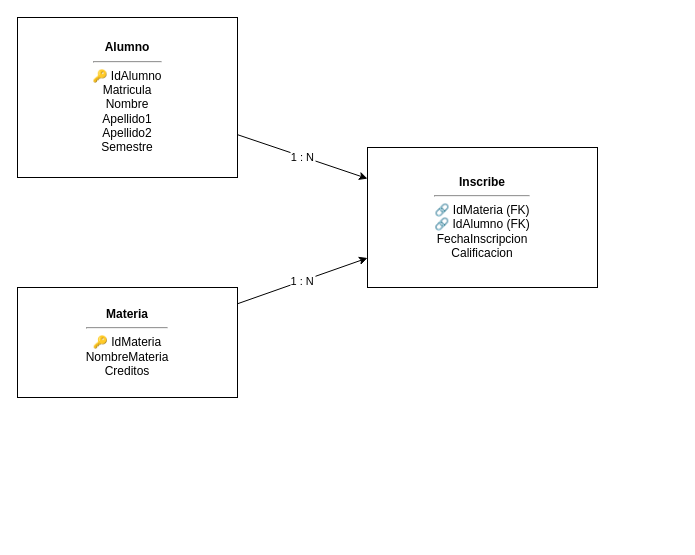
This is 02-Modelado-basededatos/ER-a R/Relacional/3R_Alumno_Materia_Inscribe.drawio from Emmanuel168HF/BaseDatos, a draw.io file, before an edit. Source tidied: cells renumbered, new cells numbered last; positions are measured from the earlier drawing's top-left corner, leaving out a move shared by most shapes. Both pictures are drawn from the tidied source at 100%, with x=0, y=0 at pixel (17, 17).
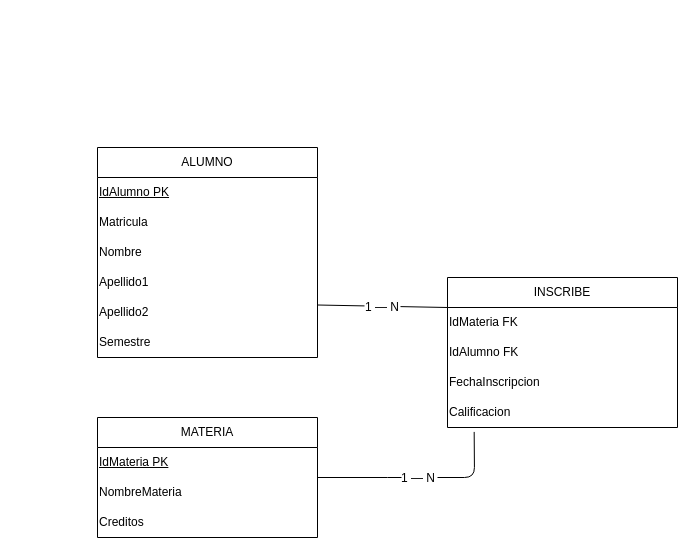
After the change.

Diff of the diagram source:
```diff
@@
-    <mxCell id="2" value="&lt;b&gt;Alumno&lt;/b&gt;&lt;hr/&gt;🔑 IdAlumno&lt;br/&gt;Matricula&lt;br/&gt;Nombre&lt;br/&gt;Apellido1&lt;br/&gt;Apellido2&lt;br/&gt;Semestre" style="rounded=0;whiteSpace=wrap;html=1;" parent="1" vertex="1">
-      <mxGeometry width="220" height="160" as="geometry" />
-    </mxCell>
-    <mxCell id="3" value="&lt;b&gt;Materia&lt;/b&gt;&lt;hr/&gt;🔑 IdMateria&lt;br/&gt;NombreMateria&lt;br/&gt;Creditos" style="rounded=0;whiteSpace=wrap;html=1;" parent="1" vertex="1">
-      <mxGeometry y="270" width="220" height="110" as="geometry" />
-    </mxCell>
-    <mxCell id="4" value="&lt;b&gt;Inscribe&lt;/b&gt;&lt;hr/&gt;🔗 IdMateria (FK)&lt;br/&gt;🔗 IdAlumno (FK)&lt;br/&gt;FechaInscripcion&lt;br/&gt;Calificacion" style="rounded=0;whiteSpace=wrap;html=1;" parent="1" vertex="1">
-      <mxGeometry x="350" y="130" width="230" height="140" as="geometry" />
-    </mxCell>
-    <mxCell id="5" value="1 : N" parent="1" edge="1" source="2" target="4">
-      <mxGeometry relative="1" as="geometry" />
-    </mxCell>
-    <mxCell id="6" value="1 : N" parent="1" edge="1" source="3" target="4">
-      <mxGeometry relative="1" as="geometry" />
-    </mxCell>
+    <mxCell id="7" value="ALUMNO" style="swimlane;fontStyle=0;horizontal=1;startSize=30;whiteSpace=wrap;html=1;" parent="1" vertex="1">
+      <mxGeometry x="80" y="130" width="220" height="210" as="geometry" />
+    </mxCell>
+    <mxCell id="8" value="IdAlumno PK" style="text;strokeColor=none;fillColor=none;align=left;verticalAlign=middle;html=1;fontStyle=4;" parent="7" vertex="1">
+      <mxGeometry y="30" width="220" height="30" as="geometry" />
+    </mxCell>
+    <mxCell id="9" value="Matricula" style="text;strokeColor=none;fillColor=none;align=left;verticalAlign=middle;html=1;" parent="7" vertex="1">
+      <mxGeometry y="60" width="220" height="30" as="geometry" />
+    </mxCell>
+    <mxCell id="10" value="Nombre" style="text;strokeColor=none;fillColor=none;align=left;verticalAlign=middle;html=1;" parent="7" vertex="1">
+      <mxGeometry y="90" width="220" height="30" as="geometry" />
+    </mxCell>
+    <mxCell id="11" value="Apellido1" style="text;strokeColor=none;fillColor=none;align=left;verticalAlign=middle;html=1;" parent="7" vertex="1">
+      <mxGeometry y="120" width="220" height="30" as="geometry" />
+    </mxCell>
+    <mxCell id="12" value="Apellido2" style="text;strokeColor=none;fillColor=none;align=left;verticalAlign=middle;html=1;" parent="7" vertex="1">
+      <mxGeometry y="150" width="220" height="30" as="geometry" />
+    </mxCell>
+    <mxCell id="13" value="Semestre" style="text;strokeColor=none;fillColor=none;align=left;verticalAlign=middle;html=1;" parent="7" vertex="1">
+      <mxGeometry y="180" width="220" height="30" as="geometry" />
+    </mxCell>
+    <mxCell id="14" value="MATERIA" style="swimlane;fontStyle=0;horizontal=1;startSize=30;whiteSpace=wrap;html=1;" parent="1" vertex="1">
+      <mxGeometry x="80" y="400" width="220" height="120" as="geometry" />
+    </mxCell>
+    <mxCell id="15" value="IdMateria PK" style="text;strokeColor=none;fillColor=none;align=left;verticalAlign=middle;html=1;fontStyle=4;" parent="14" vertex="1">
+      <mxGeometry y="30" width="220" height="30" as="geometry" />
+    </mxCell>
+    <mxCell id="16" value="NombreMateria" style="text;strokeColor=none;fillColor=none;align=left;verticalAlign=middle;html=1;" parent="14" vertex="1">
+      <mxGeometry y="60" width="220" height="30" as="geometry" />
+    </mxCell>
+    <mxCell id="17" value="Creditos" style="text;strokeColor=none;fillColor=none;align=left;verticalAlign=middle;html=1;" parent="14" vertex="1">
+      <mxGeometry y="90" width="220" height="30" as="geometry" />
+    </mxCell>
+    <mxCell id="18" value="INSCRIBE" style="swimlane;fontStyle=0;horizontal=1;startSize=30;whiteSpace=wrap;html=1;" parent="1" vertex="1">
+      <mxGeometry x="430" y="260" width="230" height="150" as="geometry" />
+    </mxCell>
+    <mxCell id="19" value="IdMateria FK" style="text;strokeColor=none;fillColor=none;align=left;verticalAlign=middle;html=1;" parent="18" vertex="1">
+      <mxGeometry y="30" width="230" height="30" as="geometry" />
+    </mxCell>
+    <mxCell id="20" value="IdAlumno FK" style="text;strokeColor=none;fillColor=none;align=left;verticalAlign=middle;html=1;" parent="18" vertex="1">
+      <mxGeometry y="60" width="230" height="30" as="geometry" />
+    </mxCell>
+    <mxCell id="21" value="FechaInscripcion" style="text;strokeColor=none;fillColor=none;align=left;verticalAlign=middle;html=1;" parent="18" vertex="1">
+      <mxGeometry y="90" width="230" height="30" as="geometry" />
+    </mxCell>
+    <mxCell id="22" value="Calificacion" style="text;strokeColor=none;fillColor=none;align=left;verticalAlign=middle;html=1;" parent="18" vertex="1">
+      <mxGeometry y="120" width="230" height="30" as="geometry" />
+    </mxCell>
+    <mxCell id="23" value="1 — N" style="endArrow=none;fontSize=12;entryX=0;entryY=0;entryDx=0;entryDy=0;exitX=1;exitY=0.25;exitDx=0;exitDy=0;" parent="1" edge="1" source="12" target="19">
+      <mxGeometry relative="1" as="geometry" />
+    </mxCell>
+    <mxCell id="24" value="1 — N" style="endArrow=none;fontSize=12;entryX=0.116;entryY=1.147;entryDx=0;entryDy=0;entryPerimeter=0;" parent="1" edge="1" source="14" target="22">
+      <mxGeometry relative="1" as="geometry">
+        <Array as="points">
+          <mxPoint x="380" y="460" />
+          <mxPoint x="457" y="460" />
+        </Array>
+      </mxGeometry>
+    </mxCell>
```
